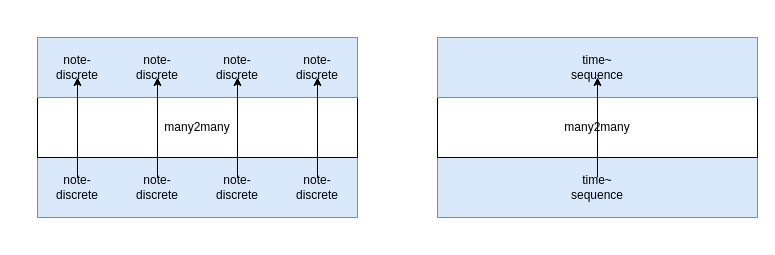
Before: page "Page-2" (1 of 2) of doc/network_structure.drawio in AIerLab/VirtualSingerRenderingSystem, a draw.io diagram. Source tidied: cells renumbered, new cells numbered last; positions are measured from the earlier drawing's top-left corner, leaving out a move shared by most shapes. Both pictures are drawn from the tidied source at 100%, with x=0, y=0 at pixel (37, 37).
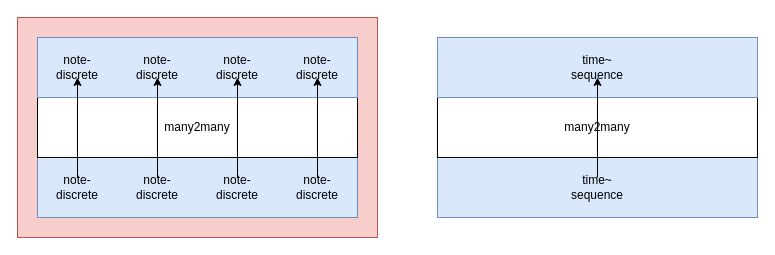
The same diagram, later.

Change to the diagram source:
```diff
@@
+    <mxCell id="23" style="rounded=0;whiteSpace=wrap;html=1;fillColor=#f8cecc;strokeColor=#b85450;" parent="1" vertex="1">
+      <mxGeometry x="-20" y="-20" width="360" height="220" as="geometry" />
+    </mxCell>
```
